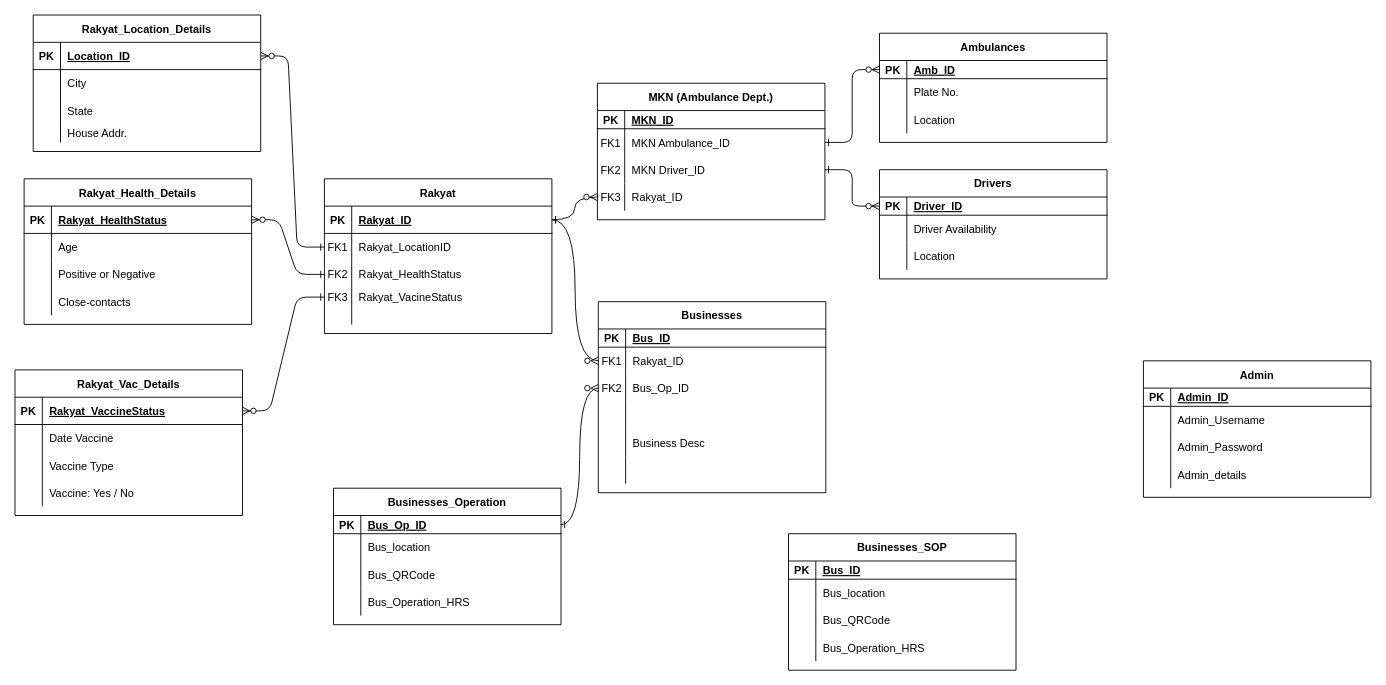
Earlier version of the draw.io diagram ERD2.drawio (AmirAini/BackEndDay1). Source tidied: cells renumbered, new cells numbered last; positions are measured from the earlier drawing's top-left corner, leaving out a move shared by most shapes. Both pictures are drawn from the tidied source at 91%, with x=0, y=0 at pixel (15, 15).
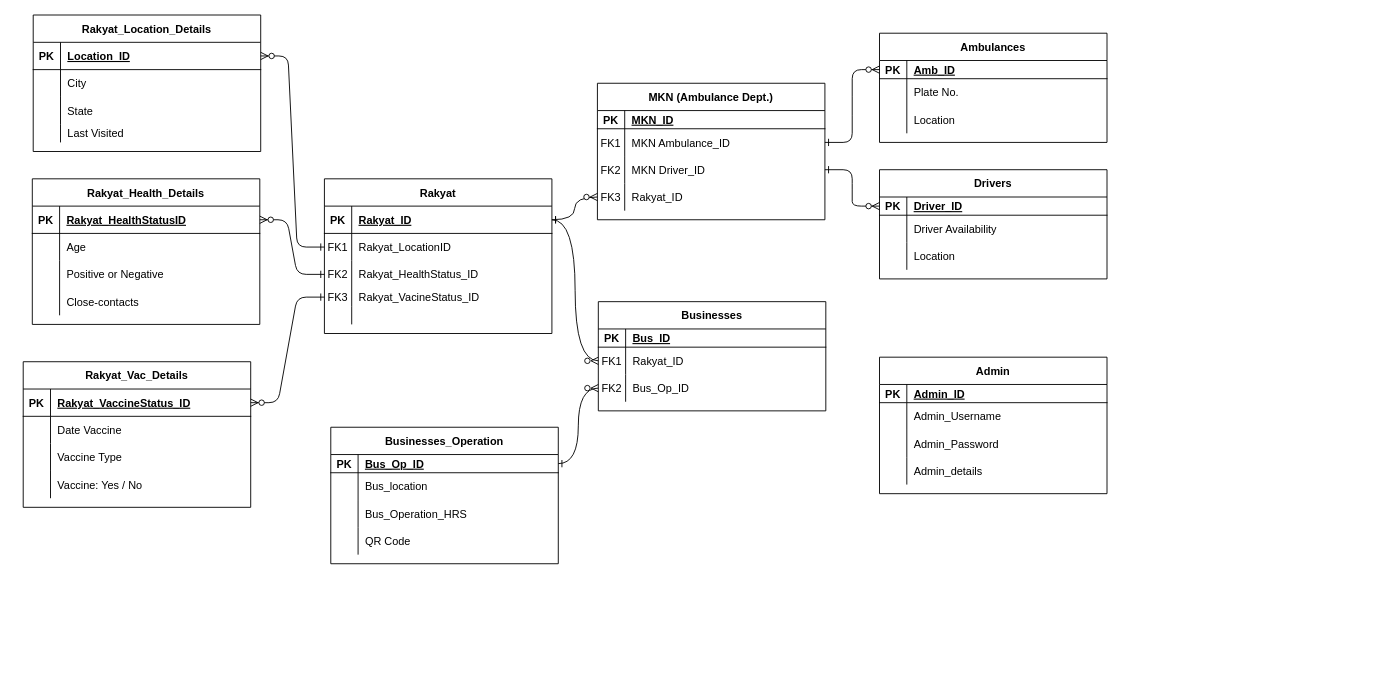
The same page after the edit.

Unchanged cells that the change refers to:
```xml
<mxCell id="11" style="shape=partialRectangle;fillColor=none;points=[[0,0.5],[1,0.5]];portConstraint=eastwest;top=0;left=0;right=0;bottom=0;" parent="4" vertex="1">
  <mxGeometry y="90" width="250" height="30" as="geometry" />
</mxCell>
<mxCell id="14" style="shape=partialRectangle;fillColor=none;points=[[0,0.5],[1,0.5]];portConstraint=eastwest;top=0;left=0;right=0;bottom=0;" parent="4" vertex="1">
  <mxGeometry y="120" width="250" height="20" as="geometry" />
</mxCell>
<mxCell id="96" style="shape=partialRectangle;fillColor=none;top=0;left=0;right=0;bottom=0;" parent="86" vertex="1">
  <mxGeometry y="120" width="250" height="20" as="geometry" />
</mxCell>
<mxCell id="100" style="shape=partialRectangle;fillColor=none;points=[[0,0.5],[1,0.5]];portConstraint=eastwest;top=0;left=0;right=0;bottom=1;" parent="99" vertex="1">
  <mxGeometry y="30" width="250" height="30" as="geometry" />
</mxCell>
<mxCell id="113" style="shape=partialRectangle;fillColor=none;points=[[0,0.5],[1,0.5]];portConstraint=eastwest;top=0;left=0;right=0;bottom=1;" parent="112" vertex="1">
  <mxGeometry y="30" width="250" height="30" as="geometry" />
</mxCell>
```

Diff of the diagram source:
```diff
@@
-    <mxCell id="13" value="Rakyat_HealthStatus " style="shape=partialRectangle;overflow=hidden;fillColor=none;top=0;left=0;bottom=0;right=0;align=left;spacingLeft=6;" parent="11" vertex="1">
+    <mxCell id="13" value="Rakyat_HealthStatus_ID" style="shape=partialRectangle;overflow=hidden;fillColor=none;top=0;left=0;bottom=0;right=0;align=left;spacingLeft=6;" parent="11" vertex="1">
       <mxGeometry x="30" width="220" height="30" as="geometry" />
     </mxCell>
@@
-    <mxCell id="16" value="Rakyat_VacineStatus" style="shape=partialRectangle;overflow=hidden;fillColor=none;top=0;left=0;bottom=0;right=0;align=left;spacingLeft=6;" parent="14" vertex="1">
+    <mxCell id="16" value="Rakyat_VacineStatus_ID" style="shape=partialRectangle;overflow=hidden;fillColor=none;top=0;left=0;bottom=0;right=0;align=left;spacingLeft=6;" parent="14" vertex="1">
       <mxGeometry x="30" width="220" height="20" as="geometry" />
     </mxCell>
@@
     <mxCell id="33" value="Businesses" style="shape=table;startSize=30;childLayout=tableLayout;rowLines=0;fontStyle=1;align=center;" parent="1" vertex="1">
-      <mxGeometry x="641" y="315" width="250" height="210" as="geometry" />
+      <mxGeometry x="641" y="315" width="250" height="120" as="geometry" />
     </mxCell>
@@
-    <mxCell id="43" style="shape=partialRectangle;fillColor=none;top=0;left=0;right=0;bottom=0;" parent="33" vertex="1">
-      <mxGeometry y="110" width="250" height="30" as="geometry" />
-    </mxCell>
-    <mxCell id="44" style="shape=partialRectangle;overflow=hidden;fillColor=none;top=0;left=0;bottom=0;right=0;" parent="43" vertex="1">
-      <mxGeometry width="30" height="30" as="geometry" />
-    </mxCell>
-    <mxCell id="45" style="shape=partialRectangle;overflow=hidden;fillColor=none;top=0;left=0;bottom=0;right=0;align=left;spacingLeft=6;" parent="43" vertex="1">
-      <mxGeometry x="30" width="220" height="30" as="geometry" />
-    </mxCell>
-    <mxCell id="46" style="shape=partialRectangle;fillColor=none;top=0;left=0;right=0;bottom=0;" parent="33" vertex="1">
-      <mxGeometry y="140" width="250" height="30" as="geometry" />
-    </mxCell>
-    <mxCell id="47" style="shape=partialRectangle;overflow=hidden;fillColor=none;top=0;left=0;bottom=0;right=0;" parent="46" vertex="1">
-      <mxGeometry width="30" height="30" as="geometry" />
-    </mxCell>
-    <mxCell id="48" value="Business Desc" style="shape=partialRectangle;overflow=hidden;fillColor=none;top=0;left=0;bottom=0;right=0;align=left;spacingLeft=6;" parent="46" vertex="1">
-      <mxGeometry x="30" width="220" height="30" as="geometry" />
-    </mxCell>
-    <mxCell id="49" style="shape=partialRectangle;fillColor=none;top=0;left=0;right=0;bottom=0;" parent="33" vertex="1">
-      <mxGeometry y="170" width="250" height="30" as="geometry" />
-    </mxCell>
-    <mxCell id="50" style="shape=partialRectangle;overflow=hidden;fillColor=none;top=0;left=0;bottom=0;right=0;" parent="49" vertex="1">
-      <mxGeometry width="30" height="30" as="geometry" />
-    </mxCell>
-    <mxCell id="51" style="shape=partialRectangle;overflow=hidden;fillColor=none;top=0;left=0;bottom=0;right=0;align=left;spacingLeft=6;" parent="49" vertex="1">
-      <mxGeometry x="30" width="220" height="30" as="geometry" />
-    </mxCell>
-    <mxCell id="52" value="Admin" style="shape=table;startSize=30;childLayout=tableLayout;rowLines=0;fontStyle=1;align=center;" parent="1" vertex="1">
-      <mxGeometry x="1240" y="380" width="250" height="150" as="geometry" />
-    </mxCell>
-    <mxCell id="53" style="shape=partialRectangle;fillColor=none;top=0;left=0;right=0;bottom=1;" parent="52" vertex="1">
-      <mxGeometry y="30" width="250" height="20" as="geometry" />
-    </mxCell>
-    <mxCell id="54" value="PK" style="shape=partialRectangle;overflow=hidden;fillColor=none;top=0;left=0;bottom=0;right=0;fontStyle=1;" parent="53" vertex="1">
-      <mxGeometry width="30" height="20" as="geometry" />
-    </mxCell>
-    <mxCell id="55" value="Admin_ID" style="shape=partialRectangle;overflow=hidden;fillColor=none;top=0;left=0;bottom=0;right=0;align=left;spacingLeft=6;fontStyle=5;" parent="53" vertex="1">
-      <mxGeometry x="30" width="220" height="20" as="geometry" />
-    </mxCell>
-    <mxCell id="56" style="shape=partialRectangle;fillColor=none;top=0;left=0;right=0;bottom=0;" parent="52" vertex="1">
-      <mxGeometry y="50" width="250" height="30" as="geometry" />
-    </mxCell>
-    <mxCell id="57" style="shape=partialRectangle;overflow=hidden;fillColor=none;top=0;left=0;bottom=0;right=0;" parent="56" vertex="1">
-      <mxGeometry width="30" height="30" as="geometry" />
-    </mxCell>
-    <mxCell id="58" value="Admin_Username" style="shape=partialRectangle;overflow=hidden;fillColor=none;top=0;left=0;bottom=0;right=0;align=left;spacingLeft=6;" parent="56" vertex="1">
-      <mxGeometry x="30" width="220" height="30" as="geometry" />
-    </mxCell>
-    <mxCell id="59" style="shape=partialRectangle;fillColor=none;top=0;left=0;right=0;bottom=0;" parent="52" vertex="1">
-      <mxGeometry y="80" width="250" height="30" as="geometry" />
-    </mxCell>
-    <mxCell id="60" style="shape=partialRectangle;overflow=hidden;fillColor=none;top=0;left=0;bottom=0;right=0;" parent="59" vertex="1">
-      <mxGeometry width="30" height="30" as="geometry" />
-    </mxCell>
-    <mxCell id="61" value="Admin_Password" style="shape=partialRectangle;overflow=hidden;fillColor=none;top=0;left=0;bottom=0;right=0;align=left;spacingLeft=6;" parent="59" vertex="1">
-      <mxGeometry x="30" width="220" height="30" as="geometry" />
-    </mxCell>
-    <mxCell id="62" style="shape=partialRectangle;fillColor=none;top=0;left=0;right=0;bottom=0;" parent="52" vertex="1">
-      <mxGeometry y="110" width="250" height="30" as="geometry" />
-    </mxCell>
-    <mxCell id="63" style="shape=partialRectangle;overflow=hidden;fillColor=none;top=0;left=0;bottom=0;right=0;" parent="62" vertex="1">
-      <mxGeometry width="30" height="30" as="geometry" />
-    </mxCell>
-    <mxCell id="64" value="Admin_details" style="shape=partialRectangle;overflow=hidden;fillColor=none;top=0;left=0;bottom=0;right=0;align=left;spacingLeft=6;" parent="62" vertex="1">
-      <mxGeometry x="30" width="220" height="30" as="geometry" />
-    </mxCell>
@@
-    <mxCell id="98" value="House Addr." style="shape=partialRectangle;overflow=hidden;fillColor=none;top=0;left=0;bottom=0;right=0;align=left;spacingLeft=6;" parent="96" vertex="1">
+    <mxCell id="98" value="Last Visited" style="shape=partialRectangle;overflow=hidden;fillColor=none;top=0;left=0;bottom=0;right=0;align=left;spacingLeft=6;" parent="96" vertex="1">
       <mxGeometry x="30" width="220" height="20" as="geometry" />
     </mxCell>
     <mxCell id="99" value="Rakyat_Health_Details" style="shape=table;startSize=30;childLayout=tableLayout;rowLines=0;fontStyle=1;align=center;" parent="1" vertex="1">
-      <mxGeometry x="10" y="180" width="250" height="160" as="geometry" />
+      <mxGeometry x="19" y="180" width="250" height="160" as="geometry" />
     </mxCell>
@@
-    <mxCell id="102" value="Rakyat_HealthStatus" style="shape=partialRectangle;overflow=hidden;fillColor=none;top=0;left=0;bottom=0;right=0;align=left;spacingLeft=6;fontStyle=5;" parent="100" vertex="1">
+    <mxCell id="102" value="Rakyat_HealthStatusID" style="shape=partialRectangle;overflow=hidden;fillColor=none;top=0;left=0;bottom=0;right=0;align=left;spacingLeft=6;fontStyle=5;" parent="100" vertex="1">
       <mxGeometry x="30" width="220" height="30" as="geometry" />
     </mxCell>
@@
     <mxCell id="112" value="Rakyat_Vac_Details" style="shape=table;startSize=30;childLayout=tableLayout;rowLines=0;fontStyle=1;align=center;" parent="1" vertex="1">
-      <mxGeometry y="390" width="250" height="160" as="geometry" />
+      <mxGeometry x="9" y="381" width="250" height="160" as="geometry" />
     </mxCell>
@@
-    <mxCell id="115" value="Rakyat_VaccineStatus" style="shape=partialRectangle;overflow=hidden;fillColor=none;top=0;left=0;bottom=0;right=0;align=left;spacingLeft=6;fontStyle=5;" parent="113" vertex="1">
+    <mxCell id="115" value="Rakyat_VaccineStatus_ID" style="shape=partialRectangle;overflow=hidden;fillColor=none;top=0;left=0;bottom=0;right=0;align=left;spacingLeft=6;fontStyle=5;" parent="113" vertex="1">
       <mxGeometry x="30" width="220" height="30" as="geometry" />
     </mxCell>
@@
     <mxCell id="129" value="Businesses_Operation" style="shape=table;startSize=30;childLayout=tableLayout;rowLines=0;fontStyle=1;align=center;" parent="1" vertex="1">
-      <mxGeometry x="350" y="520" width="250" height="150" as="geometry" />
+      <mxGeometry x="347" y="453" width="250" height="150" as="geometry" />
     </mxCell>
@@
-    <mxCell id="136" style="shape=partialRectangle;fillColor=none;top=0;left=0;right=0;bottom=0;" parent="129" vertex="1">
-      <mxGeometry y="80" width="250" height="30" as="geometry" />
-    </mxCell>
-    <mxCell id="137" style="shape=partialRectangle;overflow=hidden;fillColor=none;top=0;left=0;bottom=0;right=0;" parent="136" vertex="1">
-      <mxGeometry width="30" height="30" as="geometry" />
-    </mxCell>
-    <mxCell id="138" value="Bus_QRCode" style="shape=partialRectangle;overflow=hidden;fillColor=none;top=0;left=0;bottom=0;right=0;align=left;spacingLeft=6;" parent="136" vertex="1">
-      <mxGeometry x="30" width="220" height="30" as="geometry" />
-    </mxCell>
     <mxCell id="139" style="shape=partialRectangle;fillColor=none;top=0;left=0;right=0;bottom=0;" parent="129" vertex="1">
-      <mxGeometry y="110" width="250" height="30" as="geometry" />
+      <mxGeometry y="80" width="250" height="30" as="geometry" />
     </mxCell>
@@
-    <mxCell id="142" value="Businesses_SOP" style="shape=table;startSize=30;childLayout=tableLayout;rowLines=0;fontStyle=1;align=center;" parent="1" vertex="1">
-      <mxGeometry x="850" y="570" width="250" height="150" as="geometry" />
-    </mxCell>
-    <mxCell id="143" style="shape=partialRectangle;fillColor=none;top=0;left=0;right=0;bottom=1;" parent="142" vertex="1">
-      <mxGeometry y="30" width="250" height="20" as="geometry" />
-    </mxCell>
-    <mxCell id="144" value="PK" style="shape=partialRectangle;overflow=hidden;fillColor=none;top=0;left=0;bottom=0;right=0;fontStyle=1;" parent="143" vertex="1">
-      <mxGeometry width="30" height="20" as="geometry" />
-    </mxCell>
-    <mxCell id="145" value="Bus_ID" style="shape=partialRectangle;overflow=hidden;fillColor=none;top=0;left=0;bottom=0;right=0;align=left;spacingLeft=6;fontStyle=5;" parent="143" vertex="1">
-      <mxGeometry x="30" width="220" height="20" as="geometry" />
-    </mxCell>
-    <mxCell id="146" style="shape=partialRectangle;fillColor=none;top=0;left=0;right=0;bottom=0;" parent="142" vertex="1">
-      <mxGeometry y="50" width="250" height="30" as="geometry" />
-    </mxCell>
-    <mxCell id="147" style="shape=partialRectangle;overflow=hidden;fillColor=none;top=0;left=0;bottom=0;right=0;" parent="146" vertex="1">
-      <mxGeometry width="30" height="30" as="geometry" />
-    </mxCell>
-    <mxCell id="148" value="Bus_location" style="shape=partialRectangle;overflow=hidden;fillColor=none;top=0;left=0;bottom=0;right=0;align=left;spacingLeft=6;" parent="146" vertex="1">
-      <mxGeometry x="30" width="220" height="30" as="geometry" />
-    </mxCell>
-    <mxCell id="149" style="shape=partialRectangle;fillColor=none;top=0;left=0;right=0;bottom=0;" parent="142" vertex="1">
-      <mxGeometry y="80" width="250" height="30" as="geometry" />
-    </mxCell>
-    <mxCell id="150" style="shape=partialRectangle;overflow=hidden;fillColor=none;top=0;left=0;bottom=0;right=0;" parent="149" vertex="1">
-      <mxGeometry width="30" height="30" as="geometry" />
-    </mxCell>
-    <mxCell id="151" value="Bus_QRCode" style="shape=partialRectangle;overflow=hidden;fillColor=none;top=0;left=0;bottom=0;right=0;align=left;spacingLeft=6;" parent="149" vertex="1">
-      <mxGeometry x="30" width="220" height="30" as="geometry" />
-    </mxCell>
-    <mxCell id="152" style="shape=partialRectangle;fillColor=none;top=0;left=0;right=0;bottom=0;" parent="142" vertex="1">
-      <mxGeometry y="110" width="250" height="30" as="geometry" />
-    </mxCell>
-    <mxCell id="153" style="shape=partialRectangle;overflow=hidden;fillColor=none;top=0;left=0;bottom=0;right=0;" parent="152" vertex="1">
-      <mxGeometry width="30" height="30" as="geometry" />
-    </mxCell>
-    <mxCell id="154" value="Bus_Operation_HRS" style="shape=partialRectangle;overflow=hidden;fillColor=none;top=0;left=0;bottom=0;right=0;align=left;spacingLeft=6;" parent="152" vertex="1">
-      <mxGeometry x="30" width="220" height="30" as="geometry" />
-    </mxCell>
+    <mxCell id="156" style="shape=partialRectangle;fillColor=none;top=0;left=0;right=0;bottom=0;" parent="129" vertex="1">
+      <mxGeometry y="110" width="250" height="30" as="geometry" />
+    </mxCell>
+    <mxCell id="157" style="shape=partialRectangle;overflow=hidden;fillColor=none;top=0;left=0;bottom=0;right=0;" parent="156" vertex="1">
+      <mxGeometry width="30" height="30" as="geometry" />
+    </mxCell>
+    <mxCell id="158" value="QR Code" style="shape=partialRectangle;overflow=hidden;fillColor=none;top=0;left=0;bottom=0;right=0;align=left;spacingLeft=6;" parent="156" vertex="1">
+      <mxGeometry x="30" width="220" height="30" as="geometry" />
+    </mxCell>
@@
+    <mxCell id="52" value="Admin" style="shape=table;startSize=30;childLayout=tableLayout;rowLines=0;fontStyle=1;align=center;" parent="1" vertex="1">
+      <mxGeometry x="950" y="376" width="250" height="150" as="geometry" />
+    </mxCell>
+    <mxCell id="159" style="shape=partialRectangle;fillColor=none;top=0;left=0;right=0;bottom=1;" parent="52" vertex="1">
+      <mxGeometry y="30" width="250" height="20" as="geometry" />
+    </mxCell>
+    <mxCell id="160" value="PK" style="shape=partialRectangle;overflow=hidden;fillColor=none;top=0;left=0;bottom=0;right=0;fontStyle=1;" parent="159" vertex="1">
+      <mxGeometry width="30" height="20" as="geometry" />
+    </mxCell>
+    <mxCell id="55" value="Admin_ID" style="shape=partialRectangle;overflow=hidden;fillColor=none;top=0;left=0;bottom=0;right=0;align=left;spacingLeft=6;fontStyle=5;" parent="159" vertex="1">
+      <mxGeometry x="30" width="220" height="20" as="geometry" />
+    </mxCell>
+    <mxCell id="161" style="shape=partialRectangle;fillColor=none;top=0;left=0;right=0;bottom=0;" parent="52" vertex="1">
+      <mxGeometry y="50" width="250" height="30" as="geometry" />
+    </mxCell>
+    <mxCell id="162" style="shape=partialRectangle;overflow=hidden;fillColor=none;top=0;left=0;bottom=0;right=0;" parent="161" vertex="1">
+      <mxGeometry width="30" height="30" as="geometry" />
+    </mxCell>
+    <mxCell id="58" value="Admin_Username" style="shape=partialRectangle;overflow=hidden;fillColor=none;top=0;left=0;bottom=0;right=0;align=left;spacingLeft=6;" parent="161" vertex="1">
+      <mxGeometry x="30" width="220" height="30" as="geometry" />
+    </mxCell>
+    <mxCell id="163" style="shape=partialRectangle;fillColor=none;top=0;left=0;right=0;bottom=0;" parent="52" vertex="1">
+      <mxGeometry y="80" width="250" height="30" as="geometry" />
+    </mxCell>
+    <mxCell id="164" style="shape=partialRectangle;overflow=hidden;fillColor=none;top=0;left=0;bottom=0;right=0;" parent="163" vertex="1">
+      <mxGeometry width="30" height="30" as="geometry" />
+    </mxCell>
+    <mxCell id="61" value="Admin_Password" style="shape=partialRectangle;overflow=hidden;fillColor=none;top=0;left=0;bottom=0;right=0;align=left;spacingLeft=6;" parent="163" vertex="1">
+      <mxGeometry x="30" width="220" height="30" as="geometry" />
+    </mxCell>
+    <mxCell id="165" style="shape=partialRectangle;fillColor=none;top=0;left=0;right=0;bottom=0;" parent="52" vertex="1">
+      <mxGeometry y="110" width="250" height="30" as="geometry" />
+    </mxCell>
+    <mxCell id="166" style="shape=partialRectangle;overflow=hidden;fillColor=none;top=0;left=0;bottom=0;right=0;" parent="165" vertex="1">
+      <mxGeometry width="30" height="30" as="geometry" />
+    </mxCell>
+    <mxCell id="64" value="Admin_details" style="shape=partialRectangle;overflow=hidden;fillColor=none;top=0;left=0;bottom=0;right=0;align=left;spacingLeft=6;" parent="165" vertex="1">
+      <mxGeometry x="30" width="220" height="30" as="geometry" />
+    </mxCell>
```
